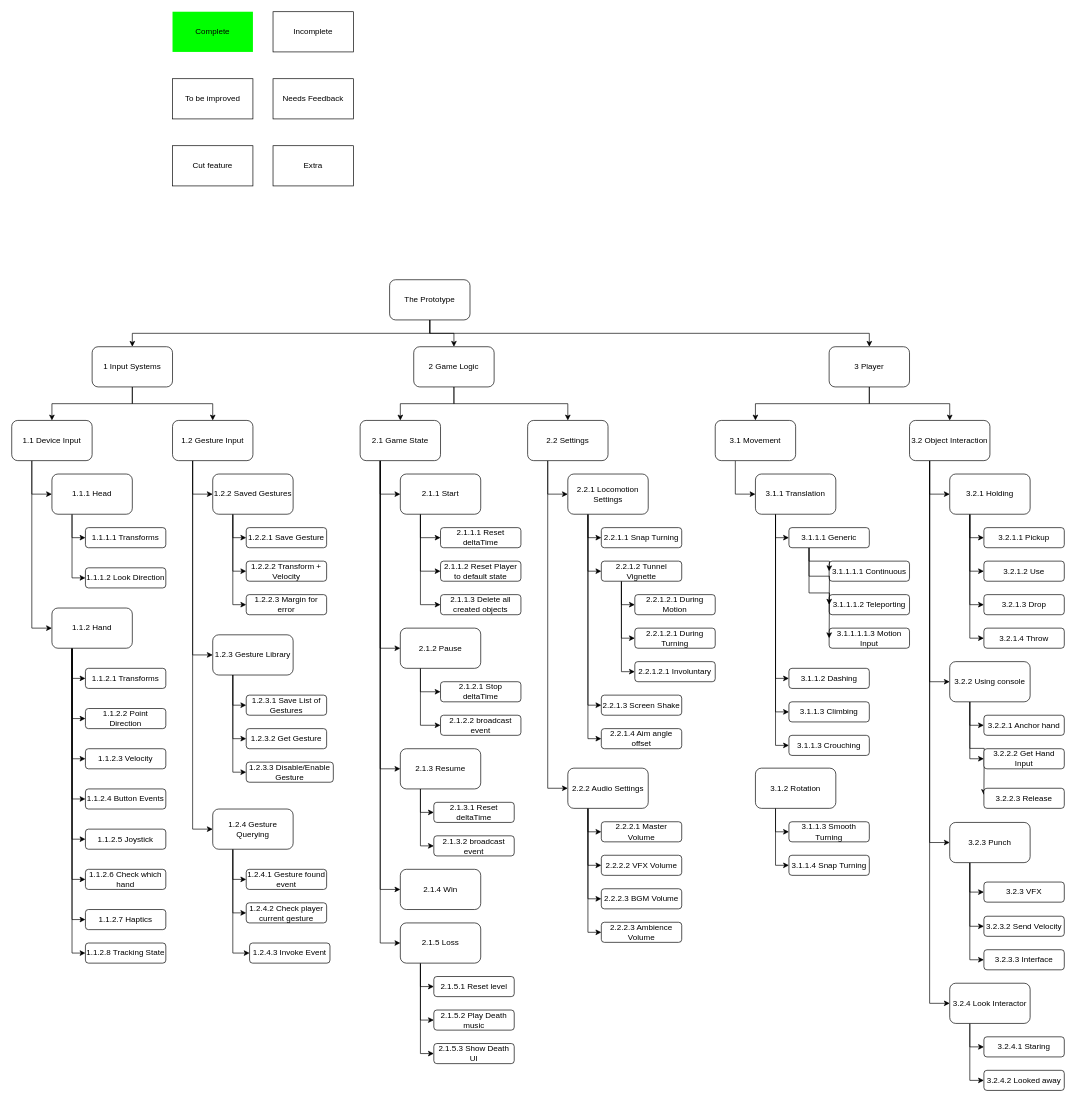
Earlier version of the draw.io diagram page "Page-1" (1 of 3) of VRDiagrams.drawio (Afronomical/Avatar-VR-Game). Source tidied: cells renumbered, new cells numbered last; positions are measured from the earlier drawing's top-left corner, leaving out a move shared by most shapes. Both pictures are drawn from the tidied source at 67%, with x=0, y=0 at pixel (11, 11).
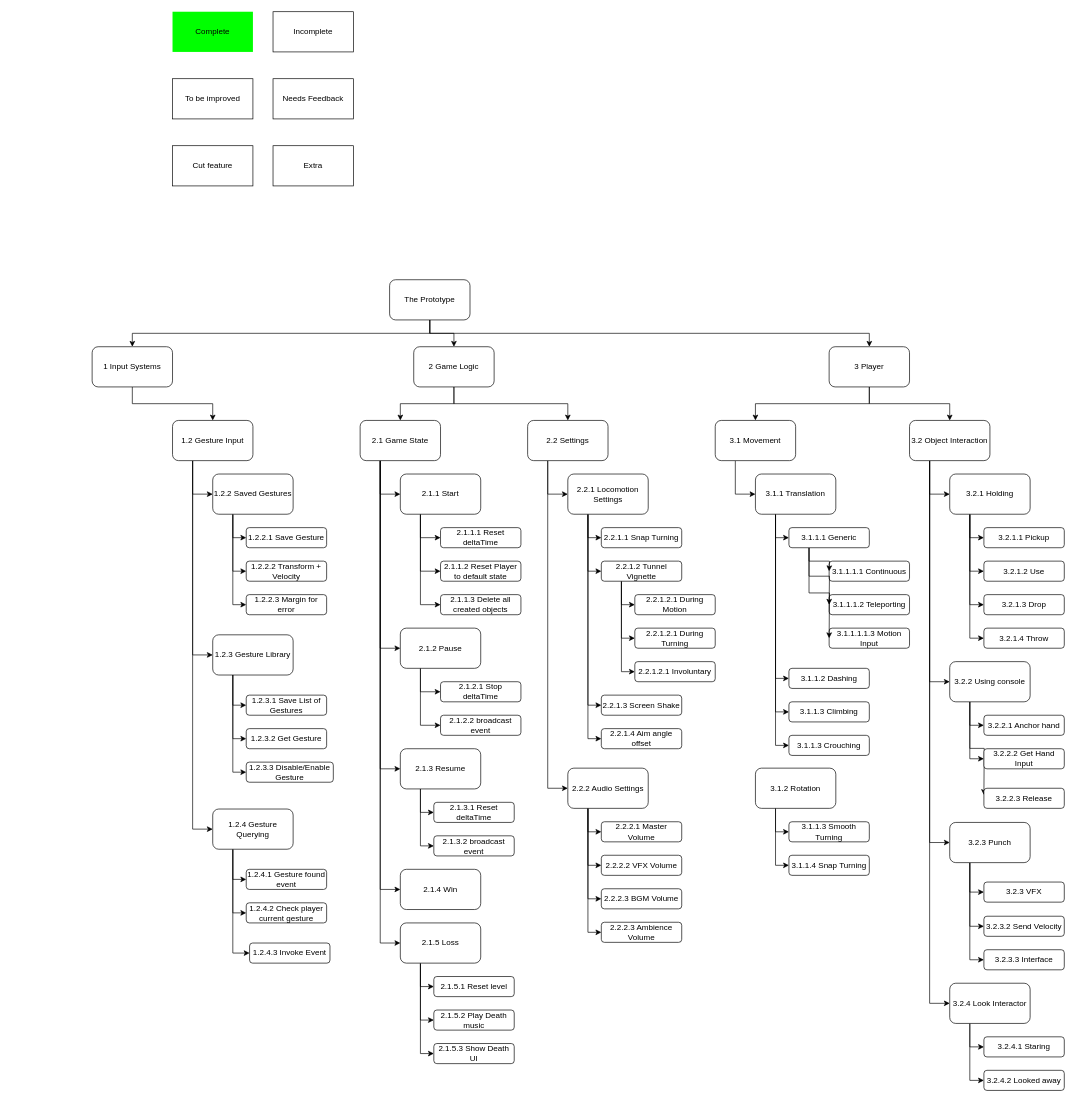
Above is the later version.

Unchanged cells that the change refers to:
```xml
<mxCell id="14" value="1 Input Systems" style="rounded=1;whiteSpace=wrap;html=1;" parent="1" vertex="1">
  <mxGeometry x="120" y="500" width="120" height="60" as="geometry" />
</mxCell>
```

The edit, as a diff of the source:
```diff
@@
-    <mxCell id="12" style="edgeStyle=orthogonalEdgeStyle;rounded=0;jettySize=auto;html=1;exitX=0.5;exitY=1;exitDx=0;exitDy=0;entryX=0.5;entryY=0;entryDx=0;entryDy=0;" parent="1" edge="1" source="14" target="17">
-      <mxGeometry relative="1" as="geometry" />
-    </mxCell>
@@
-    <mxCell id="15" style="edgeStyle=orthogonalEdgeStyle;rounded=0;jettySize=auto;html=1;exitX=0.25;exitY=1;exitDx=0;exitDy=0;entryX=0;entryY=0.5;entryDx=0;entryDy=0;" parent="1" edge="1" source="17" target="20">
-      <mxGeometry relative="1" as="geometry" />
-    </mxCell>
-    <mxCell id="16" style="edgeStyle=orthogonalEdgeStyle;rounded=0;jettySize=auto;html=1;exitX=0.25;exitY=1;exitDx=0;exitDy=0;entryX=0;entryY=0.5;entryDx=0;entryDy=0;" parent="1" edge="1" source="17" target="29">
-      <mxGeometry relative="1" as="geometry" />
-    </mxCell>
-    <mxCell id="17" value="1.1 Device Input" style="rounded=1;whiteSpace=wrap;html=1;" parent="1" vertex="1">
-      <mxGeometry y="610" width="120" height="60" as="geometry" />
-    </mxCell>
-    <mxCell id="18" style="edgeStyle=orthogonalEdgeStyle;rounded=0;jettySize=auto;html=1;exitX=0.25;exitY=1;exitDx=0;exitDy=0;entryX=0;entryY=0.5;entryDx=0;entryDy=0;" parent="1" edge="1" source="20" target="30">
-      <mxGeometry relative="1" as="geometry" />
-    </mxCell>
-    <mxCell id="19" style="edgeStyle=orthogonalEdgeStyle;rounded=0;jettySize=auto;html=1;exitX=0.25;exitY=1;exitDx=0;exitDy=0;entryX=0;entryY=0.5;entryDx=0;entryDy=0;" parent="1" edge="1" source="20" target="31">
-      <mxGeometry relative="1" as="geometry" />
-    </mxCell>
-    <mxCell id="20" value="1.1.1 Head" style="rounded=1;whiteSpace=wrap;html=1;" parent="1" vertex="1">
-      <mxGeometry x="60" y="690" width="120" height="60" as="geometry" />
-    </mxCell>
-    <mxCell id="21" style="edgeStyle=orthogonalEdgeStyle;rounded=0;jettySize=auto;html=1;exitX=0.25;exitY=1;exitDx=0;exitDy=0;entryX=0;entryY=0.5;entryDx=0;entryDy=0;" parent="1" edge="1" source="29" target="32">
-      <mxGeometry relative="1" as="geometry" />
-    </mxCell>
-    <mxCell id="22" style="edgeStyle=orthogonalEdgeStyle;rounded=0;jettySize=auto;html=1;exitX=0.25;exitY=1;exitDx=0;exitDy=0;entryX=0;entryY=0.5;entryDx=0;entryDy=0;" parent="1" edge="1" source="29" target="33">
-      <mxGeometry relative="1" as="geometry" />
-    </mxCell>
-    <mxCell id="23" style="edgeStyle=orthogonalEdgeStyle;rounded=0;jettySize=auto;html=1;exitX=0.25;exitY=1;exitDx=0;exitDy=0;entryX=0;entryY=0.5;entryDx=0;entryDy=0;" parent="1" edge="1" source="29" target="34">
-      <mxGeometry relative="1" as="geometry" />
-    </mxCell>
-    <mxCell id="24" style="edgeStyle=orthogonalEdgeStyle;rounded=0;jettySize=auto;html=1;exitX=0.25;exitY=1;exitDx=0;exitDy=0;entryX=0;entryY=0.5;entryDx=0;entryDy=0;" parent="1" edge="1" source="29" target="35">
-      <mxGeometry relative="1" as="geometry" />
-    </mxCell>
-    <mxCell id="25" style="edgeStyle=orthogonalEdgeStyle;rounded=0;jettySize=auto;html=1;exitX=0.25;exitY=1;exitDx=0;exitDy=0;entryX=0;entryY=0.5;entryDx=0;entryDy=0;" parent="1" edge="1" source="29" target="36">
-      <mxGeometry relative="1" as="geometry" />
-    </mxCell>
-    <mxCell id="26" style="edgeStyle=orthogonalEdgeStyle;rounded=0;jettySize=auto;html=1;exitX=0.25;exitY=1;exitDx=0;exitDy=0;entryX=0;entryY=0.5;entryDx=0;entryDy=0;" parent="1" edge="1" source="29" target="37">
-      <mxGeometry relative="1" as="geometry" />
-    </mxCell>
-    <mxCell id="27" style="edgeStyle=orthogonalEdgeStyle;rounded=0;jettySize=auto;html=1;exitX=0.25;exitY=1;exitDx=0;exitDy=0;entryX=0;entryY=0.5;entryDx=0;entryDy=0;" parent="1" edge="1" source="29" target="38">
-      <mxGeometry relative="1" as="geometry" />
-    </mxCell>
-    <mxCell id="28" style="edgeStyle=orthogonalEdgeStyle;rounded=0;jettySize=auto;html=1;exitX=0.25;exitY=1;exitDx=0;exitDy=0;entryX=0;entryY=0.5;entryDx=0;entryDy=0;" parent="1" edge="1" source="29" target="39">
-      <mxGeometry relative="1" as="geometry" />
-    </mxCell>
-    <mxCell id="29" value="1.1.2 Hand" style="rounded=1;whiteSpace=wrap;html=1;" parent="1" vertex="1">
-      <mxGeometry x="60" y="890" width="120" height="60" as="geometry" />
-    </mxCell>
-    <mxCell id="30" value="1.1.1.1 Transforms" style="rounded=1;whiteSpace=wrap;html=1;" parent="1" vertex="1">
-      <mxGeometry x="110" y="770" width="120" height="30" as="geometry" />
-    </mxCell>
-    <mxCell id="31" value="1.1.1.2 Look Direction" style="rounded=1;whiteSpace=wrap;html=1;" parent="1" vertex="1">
-      <mxGeometry x="110" y="830" width="120" height="30" as="geometry" />
-    </mxCell>
-    <mxCell id="32" value="1.1.2.1 Transforms" style="rounded=1;whiteSpace=wrap;html=1;" parent="1" vertex="1">
-      <mxGeometry x="110" y="980" width="120" height="30" as="geometry" />
-    </mxCell>
-    <mxCell id="33" value="1.1.2.2 Point Direction" style="rounded=1;whiteSpace=wrap;html=1;" parent="1" vertex="1">
-      <mxGeometry x="110" y="1040" width="120" height="30" as="geometry" />
-    </mxCell>
-    <mxCell id="34" value="1.1.2.3 Velocity" style="rounded=1;whiteSpace=wrap;html=1;" parent="1" vertex="1">
-      <mxGeometry x="110" y="1100" width="120" height="30" as="geometry" />
-    </mxCell>
-    <mxCell id="35" value="1.1.2.4 Button Events" style="rounded=1;whiteSpace=wrap;html=1;" parent="1" vertex="1">
-      <mxGeometry x="110" y="1160" width="120" height="30" as="geometry" />
-    </mxCell>
-    <mxCell id="36" value="1.1.2.5 Joystick" style="rounded=1;whiteSpace=wrap;html=1;" parent="1" vertex="1">
-      <mxGeometry x="110" y="1220" width="120" height="30" as="geometry" />
-    </mxCell>
-    <mxCell id="37" value="1.1.2.6 Check which hand" style="rounded=1;whiteSpace=wrap;html=1;" parent="1" vertex="1">
-      <mxGeometry x="110" y="1280" width="120" height="30" as="geometry" />
-    </mxCell>
-    <mxCell id="38" value="1.1.2.7 Haptics" style="rounded=1;whiteSpace=wrap;html=1;" parent="1" vertex="1">
-      <mxGeometry x="110" y="1340" width="120" height="30" as="geometry" />
-    </mxCell>
-    <mxCell id="39" value="1.1.2.8 Tracking State" style="rounded=1;whiteSpace=wrap;html=1;" parent="1" vertex="1">
-      <mxGeometry x="110" y="1390" width="120" height="30" as="geometry" />
-    </mxCell>
```
